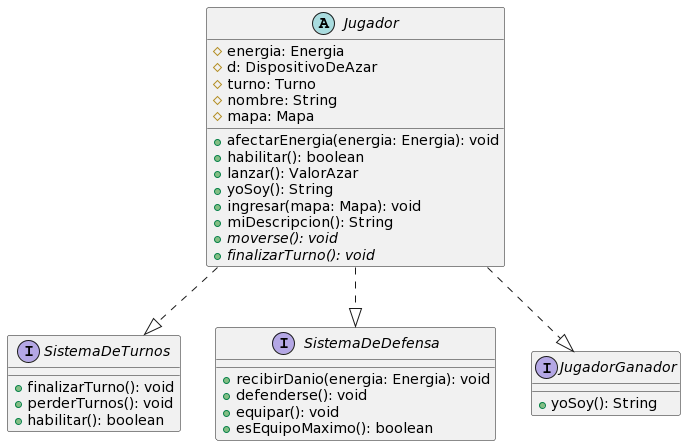
Before: diagrams/classes/DiagramasAlgoRoma/Jugador.png, a diagram exported from PlantUML (CrissRMFI/TP2-AlgoIII).
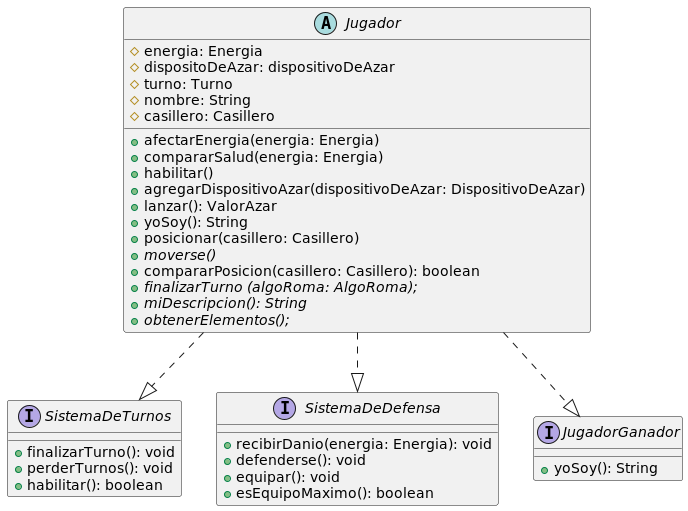
After the change.

Diff of the diagram source:
```diff
@@ -1,4 +1,5 @@
 @startuml
+
 interface SistemaDeTurnos {
     + finalizarTurno(): void
     + perderTurnos(): void
@@ -20,21 +21,24 @@
 Jugador ..|> SistemaDeDefensa
 Jugador ..|> JugadorGanador
 
-abstract class Jugador {
-    # energia: Energia
-    # d: DispositivoDeAzar
-    # turno: Turno
-    # nombre: String
-    # mapa: Mapa
+abstract class Jugador{
+    #energia: Energia
+    #dispositoDeAzar: dispositivoDeAzar
+    #turno: Turno
+    #nombre: String
+    #casillero: Casillero
+    +afectarEnergia(energia: Energia)
+    +compararSalud(energia: Energia)
+    +habilitar()
+    +agregarDispositivoAzar(dispositivoDeAzar: DispositivoDeAzar)
+    +lanzar(): ValorAzar
+    +yoSoy(): String
+    +posicionar(casillero: Casillero)
+    +{abstract}moverse()
+    +compararPosicion(casillero: Casillero): boolean
+    +{abstract}finalizarTurno (algoRoma: AlgoRoma);
+    +{abstract}miDescripcion(): String
+    +{abstract}obtenerElementos();
+}
 
-    + afectarEnergia(energia: Energia): void
-    + habilitar(): boolean
-    + lanzar(): ValorAzar
-    + yoSoy(): String
-    + ingresar(mapa: Mapa): void
-    + miDescripcion(): String
-    + {abstract} moverse(): void
-    + {abstract} finalizarTurno(): void
-
-}
 @enduml
```
